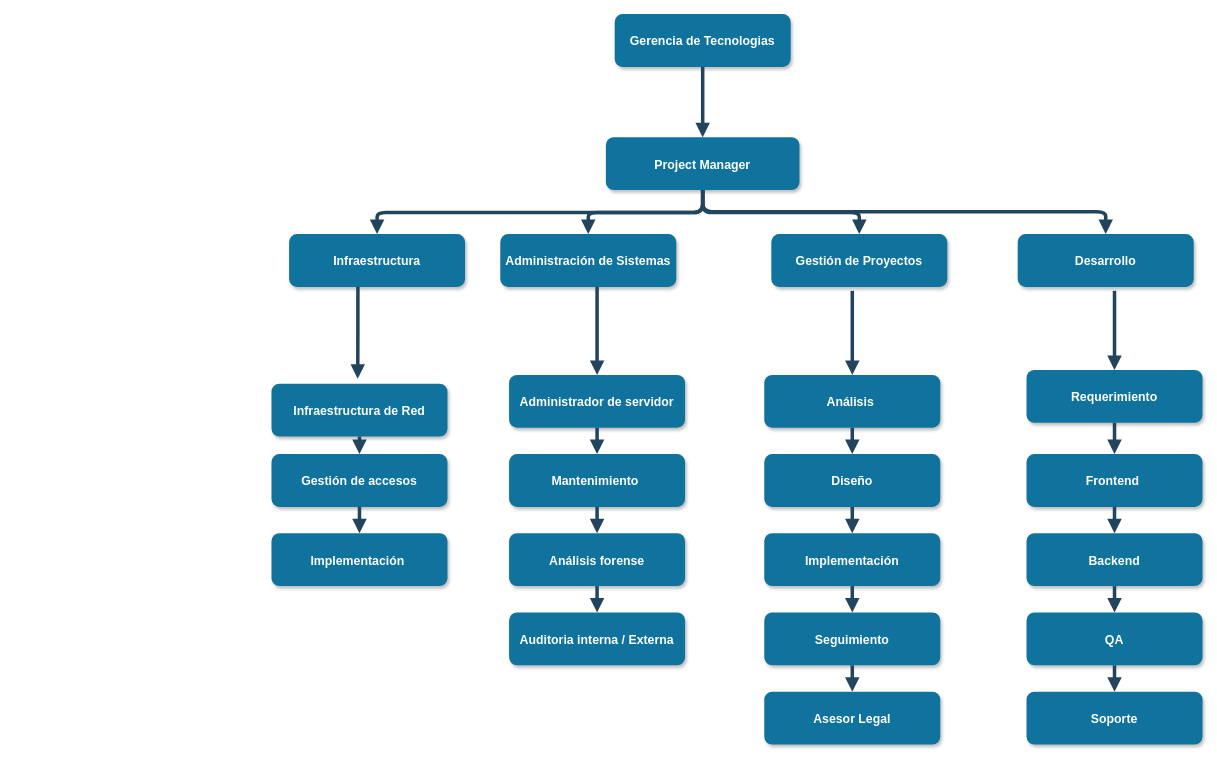
This is Diagrama sin título.drawio from jramose2/Redes, a draw.io file, before an edit. Source tidied: cells renumbered, new cells numbered last; positions are measured from the earlier drawing's top-left corner, leaving out a move shared by most shapes. Both pictures are drawn from the tidied source at 88%, with x=0, y=0 at pixel (271, 14).
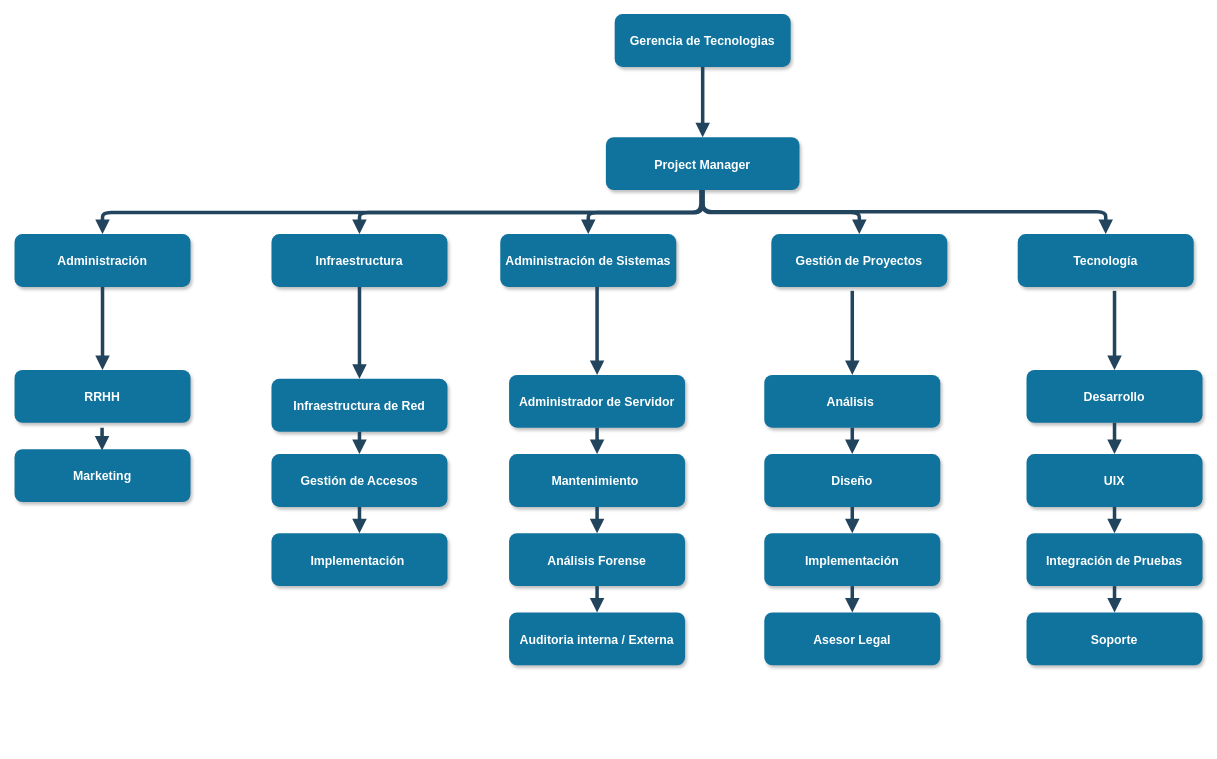
The same diagram, later.

Unchanged cells that the change refers to:
```xml
<mxCell id="16" value="Implementación" style="rounded=1;fillColor=#10739E;strokeColor=none;shadow=1;gradientColor=none;fontStyle=1;fontColor=#FFFFFF;fontSize=14;" parent="1" vertex="1">
  <mxGeometry x="560" y="589.5" width="200" height="60" as="geometry" />
</mxCell>
```

Diff of the diagram source:
```diff
@@
     <mxCell id="4" value="Infraestructura" style="rounded=1;fillColor=#10739E;strokeColor=none;shadow=1;gradientColor=none;fontStyle=1;fontColor=#FFFFFF;fontSize=14;" parent="1" vertex="1">
-      <mxGeometry x="20" y="249.5" width="200" height="60" as="geometry" />
+      <mxGeometry y="249.5" width="200" height="60" as="geometry" />
     </mxCell>
@@
     <mxCell id="7" value="Infraestructura de Red" style="rounded=1;fillColor=#10739E;strokeColor=none;shadow=1;gradientColor=none;fontStyle=1;fontColor=#FFFFFF;fontSize=14;" parent="1" vertex="1">
-      <mxGeometry y="419.5" width="200" height="60" as="geometry" />
+      <mxGeometry y="414" width="200" height="60" as="geometry" />
     </mxCell>
-    <mxCell id="8" value="Gestión de accesos" style="rounded=1;fillColor=#10739E;strokeColor=none;shadow=1;gradientColor=none;fontStyle=1;fontColor=#FFFFFF;fontSize=14;" parent="1" vertex="1">
+    <mxCell id="8" value="Gestión de Accesos" style="rounded=1;fillColor=#10739E;strokeColor=none;shadow=1;gradientColor=none;fontStyle=1;fontColor=#FFFFFF;fontSize=14;" parent="1" vertex="1">
       <mxGeometry y="499.5" width="200" height="60" as="geometry" />
     </mxCell>
@@
-    <mxCell id="10" value="Administrador de servidor" style="rounded=1;fillColor=#10739E;strokeColor=none;shadow=1;gradientColor=none;fontStyle=1;fontColor=#FFFFFF;fontSize=14;" parent="1" vertex="1">
+    <mxCell id="10" value="Administrador de Servidor" style="rounded=1;fillColor=#10739E;strokeColor=none;shadow=1;gradientColor=none;fontStyle=1;fontColor=#FFFFFF;fontSize=14;" parent="1" vertex="1">
       <mxGeometry x="270" y="409.5" width="200" height="60" as="geometry" />
     </mxCell>
@@
-    <mxCell id="12" value="Análisis forense" style="rounded=1;fillColor=#10739E;strokeColor=none;shadow=1;gradientColor=none;fontStyle=1;fontColor=#FFFFFF;fontSize=14;" parent="1" vertex="1">
+    <mxCell id="12" value="Análisis Forense" style="rounded=1;fillColor=#10739E;strokeColor=none;shadow=1;gradientColor=none;fontStyle=1;fontColor=#FFFFFF;fontSize=14;" parent="1" vertex="1">
       <mxGeometry x="270" y="589.5" width="200" height="60" as="geometry" />
     </mxCell>
@@
-    <mxCell id="17" value="Seguimiento" style="rounded=1;fillColor=#10739E;strokeColor=none;shadow=1;gradientColor=none;fontStyle=1;fontColor=#FFFFFF;fontSize=14;" parent="1" vertex="1">
-      <mxGeometry x="560" y="679.5" width="200" height="60" as="geometry" />
-    </mxCell>
     <mxCell id="18" value="Asesor Legal" style="rounded=1;fillColor=#10739E;strokeColor=none;shadow=1;gradientColor=none;fontStyle=1;fontColor=#FFFFFF;fontSize=14;" parent="1" vertex="1">
-      <mxGeometry x="560" y="769.5" width="200" height="60" as="geometry" />
+      <mxGeometry x="560" y="679.5" width="200" height="60" as="geometry" />
     </mxCell>
-    <mxCell id="19" value="Requerimiento" style="rounded=1;fillColor=#10739E;strokeColor=none;shadow=1;gradientColor=none;fontStyle=1;fontColor=#FFFFFF;fontSize=14;" parent="1" vertex="1">
+    <mxCell id="19" value="Desarrollo" style="rounded=1;fillColor=#10739E;strokeColor=none;shadow=1;gradientColor=none;fontStyle=1;fontColor=#FFFFFF;fontSize=14;" parent="1" vertex="1">
       <mxGeometry x="858" y="404" width="200" height="60" as="geometry" />
     </mxCell>
-    <mxCell id="20" value="Frontend " style="rounded=1;fillColor=#10739E;strokeColor=none;shadow=1;gradientColor=none;fontStyle=1;fontColor=#FFFFFF;fontSize=14;" parent="1" vertex="1">
+    <mxCell id="20" value="UIX" style="rounded=1;fillColor=#10739E;strokeColor=none;shadow=1;gradientColor=none;fontStyle=1;fontColor=#FFFFFF;fontSize=14;" parent="1" vertex="1">
       <mxGeometry x="858" y="499.5" width="200" height="60" as="geometry" />
     </mxCell>
-    <mxCell id="21" value="Backend" style="rounded=1;fillColor=#10739E;strokeColor=none;shadow=1;gradientColor=none;fontStyle=1;fontColor=#FFFFFF;fontSize=14;" parent="1" vertex="1">
-      <mxGeometry x="858" y="589.5" width="200" height="60" as="geometry" />
-    </mxCell>
-    <mxCell id="22" value="QA" style="rounded=1;fillColor=#10739E;strokeColor=none;shadow=1;gradientColor=none;fontStyle=1;fontColor=#FFFFFF;fontSize=14;" parent="1" vertex="1">
-      <mxGeometry x="858" y="679.5" width="200" height="60" as="geometry" />
+    <mxCell id="22" value="Integración de Pruebas" style="rounded=1;fillColor=#10739E;strokeColor=none;shadow=1;gradientColor=none;fontStyle=1;fontColor=#FFFFFF;fontSize=14;" parent="1" vertex="1">
+      <mxGeometry x="858" y="589.5" width="200" height="60" as="geometry" />
     </mxCell>
     <mxCell id="23" value="Soporte" style="rounded=1;fillColor=#10739E;strokeColor=none;shadow=1;gradientColor=none;fontStyle=1;fontColor=#FFFFFF;fontSize=14;" parent="1" vertex="1">
-      <mxGeometry x="858" y="769.5" width="200" height="60" as="geometry" />
+      <mxGeometry x="858" y="679.5" width="200" height="60" as="geometry" />
     </mxCell>
@@
-    <mxCell id="28" style="edgeStyle=elbowEdgeStyle;elbow=vertical;strokeWidth=4;endArrow=block;endFill=1;fontStyle=1;strokeColor=#23445D;exitX=0.391;exitY=0.996;exitDx=0;exitDy=0;exitPerimeter=0;" parent="1" edge="1" source="4">
+    <mxCell id="28" style="edgeStyle=elbowEdgeStyle;elbow=vertical;strokeWidth=4;endArrow=block;endFill=1;fontStyle=1;strokeColor=#23445D;exitX=0.5;exitY=1;exitDx=0;exitDy=0;entryX=0.5;entryY=0;entryDx=0;entryDy=0;" parent="1" edge="1" source="4" target="7">
       <mxGeometry x="22" y="165.5" as="geometry">
-        <mxPoint x="98" y="414" as="targetPoint" />
         <Array as="points">
-          <mxPoint x="288" y="354" />
+          <mxPoint x="90" y="354" />
         </Array>
       </mxGeometry>
     </mxCell>
@@
-    <mxCell id="37" style="edgeStyle=elbowEdgeStyle;elbow=vertical;strokeWidth=4;endArrow=block;endFill=1;fontStyle=1;strokeColor=#23445D;" parent="1" edge="1" source="16" target="17">
+    <mxCell id="37" style="edgeStyle=elbowEdgeStyle;elbow=vertical;strokeWidth=4;endArrow=block;endFill=1;fontStyle=1;strokeColor=#23445D;entryX=0.5;entryY=0;entryDx=0;entryDy=0;" parent="1" edge="1" source="16" target="18">
       <mxGeometry x="72" y="185.5" as="geometry" />
     </mxCell>
-    <mxCell id="38" style="edgeStyle=elbowEdgeStyle;elbow=vertical;strokeWidth=4;endArrow=block;endFill=1;fontStyle=1;strokeColor=#23445D;" parent="1" edge="1" source="17" target="18">
-      <mxGeometry x="72" y="195.5" as="geometry" />
-    </mxCell>
@@
-    <mxCell id="40" style="edgeStyle=elbowEdgeStyle;elbow=vertical;strokeWidth=4;endArrow=block;endFill=1;fontStyle=1;strokeColor=#23445D;" parent="1" edge="1" source="20" target="21">
-      <mxGeometry x="72" y="175.5" as="geometry" />
+    <mxCell id="40" style="edgeStyle=elbowEdgeStyle;elbow=vertical;strokeWidth=4;endArrow=block;endFill=1;fontStyle=1;strokeColor=#23445D;" parent="1" edge="1" source="20">
+      <mxGeometry x="72" y="175.5" as="geometry">
+        <mxPoint x="958" y="589.5" as="targetPoint" />
+      </mxGeometry>
     </mxCell>
-    <mxCell id="41" style="edgeStyle=elbowEdgeStyle;elbow=vertical;strokeWidth=4;endArrow=block;endFill=1;fontStyle=1;strokeColor=#23445D;" parent="1" edge="1" source="21" target="22">
-      <mxGeometry x="72" y="185.5" as="geometry" />
-    </mxCell>
@@
-    <mxCell id="45" value="Desarrollo" style="rounded=1;fillColor=#10739E;strokeColor=none;shadow=1;gradientColor=none;fontStyle=1;fontColor=#FFFFFF;fontSize=14;" parent="1" vertex="1">
+    <mxCell id="45" value="Tecnología" style="rounded=1;fillColor=#10739E;strokeColor=none;shadow=1;gradientColor=none;fontStyle=1;fontColor=#FFFFFF;fontSize=14;" parent="1" vertex="1">
       <mxGeometry x="848" y="249.5" width="200" height="60" as="geometry" />
     </mxCell>
@@
+    <mxCell id="47" style="edgeStyle=elbowEdgeStyle;elbow=vertical;strokeWidth=4;endArrow=block;endFill=1;fontStyle=1;strokeColor=#23445D;entryX=0.5;entryY=0;entryDx=0;entryDy=0;" parent="1" edge="1" target="48">
+      <mxGeometry x="-40" y="140.5" as="geometry">
+        <mxPoint x="488" y="199.5" as="sourcePoint" />
+      </mxGeometry>
+    </mxCell>
+    <mxCell id="48" value="Administración" style="rounded=1;fillColor=#10739E;strokeColor=none;shadow=1;gradientColor=none;fontStyle=1;fontColor=#FFFFFF;fontSize=14;" parent="1" vertex="1">
+      <mxGeometry x="-292" y="249.5" width="200" height="60" as="geometry" />
+    </mxCell>
+    <mxCell id="49" style="edgeStyle=elbowEdgeStyle;elbow=vertical;strokeWidth=4;endArrow=block;endFill=1;fontStyle=1;strokeColor=#23445D;entryX=0.5;entryY=0;entryDx=0;entryDy=0;exitX=0.5;exitY=1;exitDx=0;exitDy=0;" parent="1" edge="1" source="48" target="50">
+      <mxGeometry x="-310" y="189.5" as="geometry">
+        <Array as="points">
+          <mxPoint x="-242" y="378" />
+        </Array>
+      </mxGeometry>
+    </mxCell>
+    <mxCell id="50" value="RRHH" style="rounded=1;fillColor=#10739E;strokeColor=none;shadow=1;gradientColor=none;fontStyle=1;fontColor=#FFFFFF;fontSize=14;" parent="1" vertex="1">
+      <mxGeometry x="-292" y="404" width="200" height="60" as="geometry" />
+    </mxCell>
+    <mxCell id="51" style="edgeStyle=elbowEdgeStyle;elbow=vertical;strokeWidth=4;endArrow=block;endFill=1;fontStyle=1;strokeColor=#23445D;" parent="1" edge="1">
+      <mxGeometry x="-230.5" y="161" as="geometry">
+        <mxPoint x="-192.5" y="469.5" as="sourcePoint" />
+        <mxPoint x="-192.5" y="495.5" as="targetPoint" />
+        <Array as="points">
+          <mxPoint x="-474.5" y="482.5" />
+        </Array>
+      </mxGeometry>
+    </mxCell>
+    <mxCell id="52" value="Marketing" style="rounded=1;fillColor=#10739E;strokeColor=none;shadow=1;gradientColor=none;fontStyle=1;fontColor=#FFFFFF;fontSize=14;" parent="1" vertex="1">
+      <mxGeometry x="-292" y="494" width="200" height="60" as="geometry" />
+    </mxCell>
```
